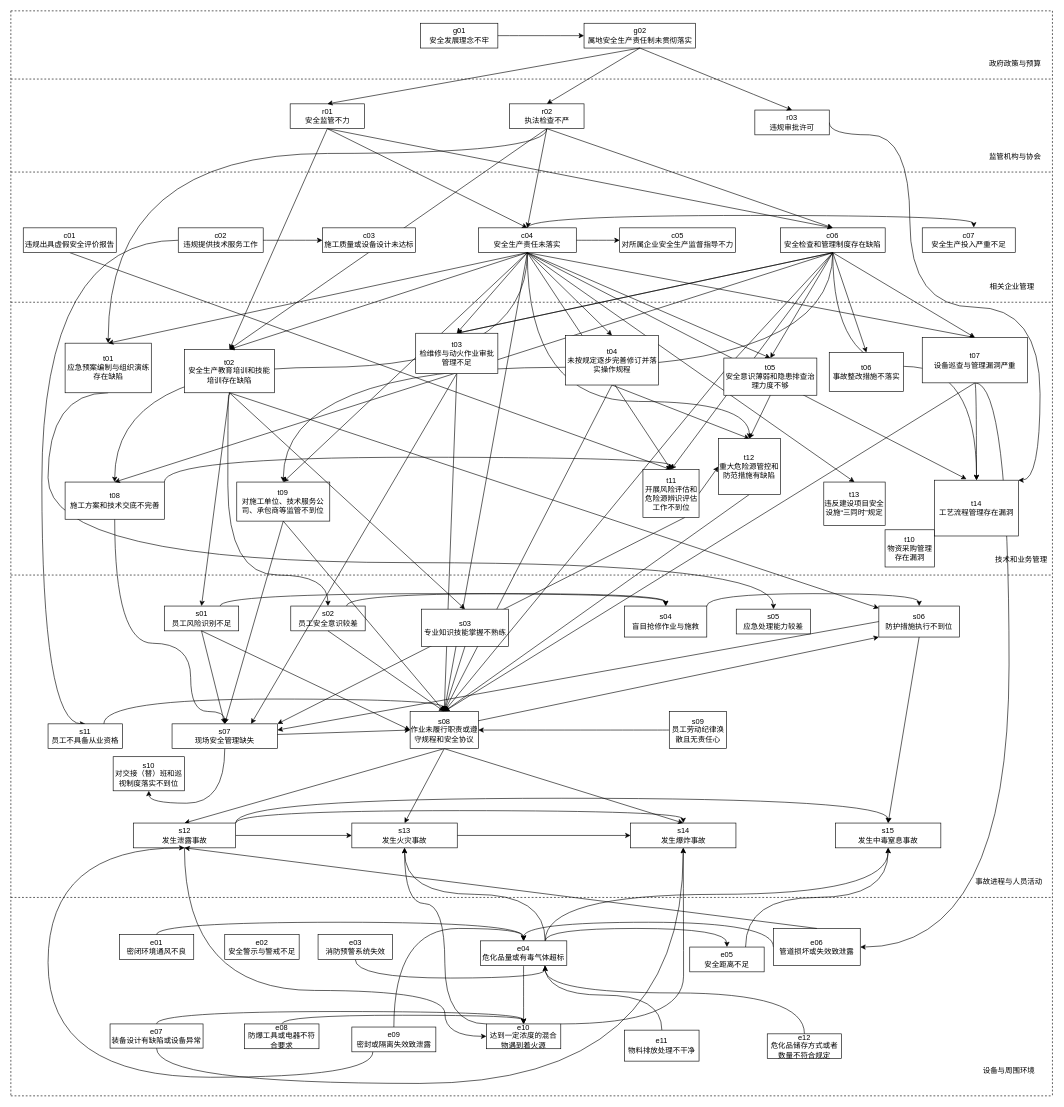
Above: 剔除次数少于5.drawio in fangjiarong/docs (draw.io), before the change. Source tidied: cells renumbered, new cells numbered last; positions are measured from the earlier drawing's top-left corner, leaving out a move shared by most shapes. Both pictures are drawn from the tidied source at 62%, with x=0, y=0 at pixel (11, 11).
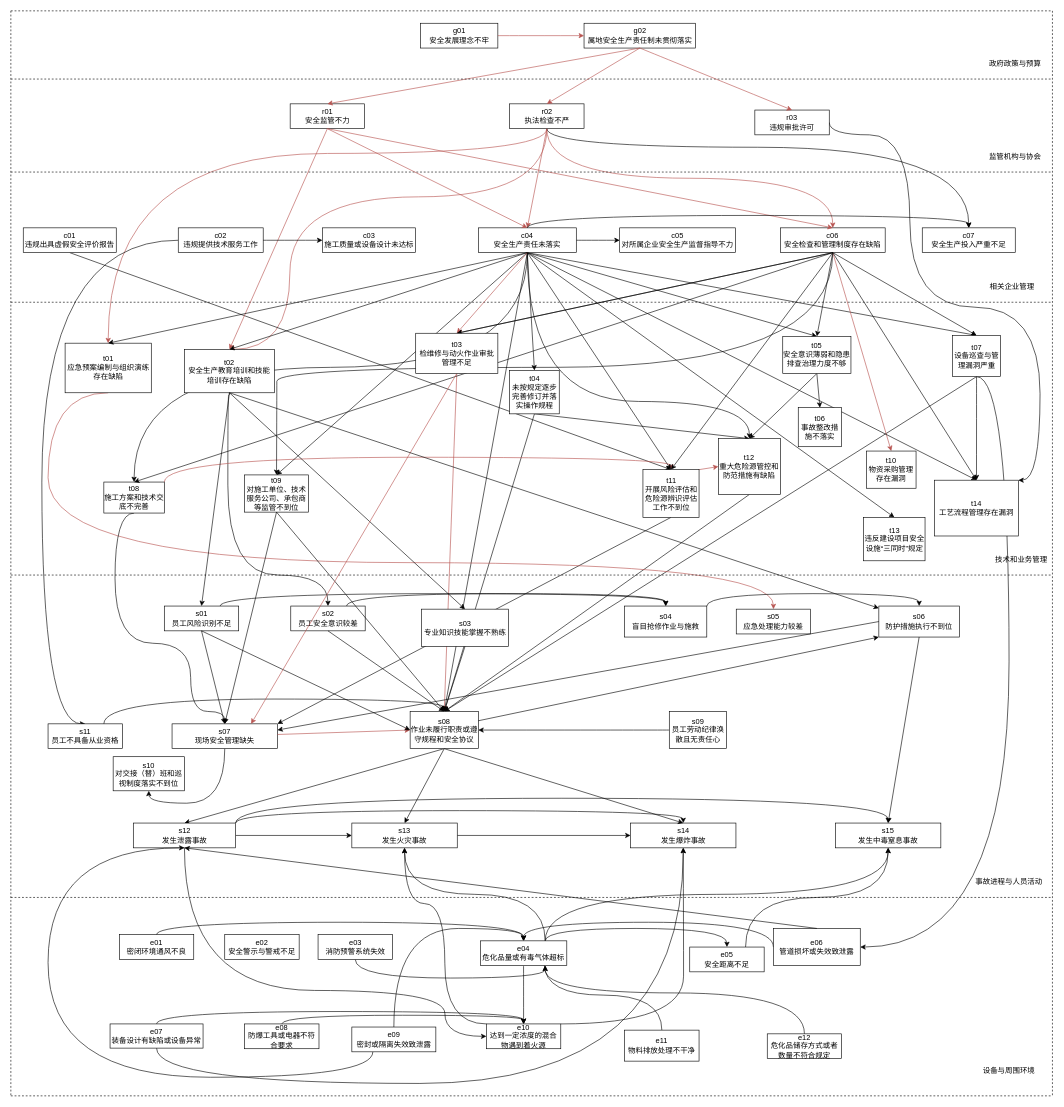
The same diagram, later.

Commit message (it also covers changes not shown here):
更新剔除次数少于5.drawio

The change refers to these unchanged cells:
```xml
<mxCell id="14" value="g01&lt;br&gt;安全发展理念不牢" style="rounded=0;whiteSpace=wrap;html=1;" parent="1" vertex="1">
  <mxGeometry x="660.5" y="20" width="125" height="40" as="geometry" />
</mxCell>
<mxCell id="15" value="r01&lt;br&gt;安全监管不力" style="rounded=0;whiteSpace=wrap;html=1;" parent="1" vertex="1">
  <mxGeometry x="450.5" y="150" width="120" height="40" as="geometry" />
</mxCell>
<mxCell id="17" value="r02&lt;br&gt;执法检查不严" style="rounded=0;whiteSpace=wrap;html=1;" parent="1" vertex="1">
  <mxGeometry x="804.5" y="150" width="120" height="40" as="geometry" />
</mxCell>
<mxCell id="27" value="c04&lt;br&gt;安全生产责任未落实" style="rounded=0;whiteSpace=wrap;html=1;" parent="1" vertex="1">
  <mxGeometry x="754" y="350" width="158" height="40" as="geometry" />
</mxCell>
<mxCell id="29" value="t01&lt;br&gt;应急预案编制与组织演练存在缺陷" style="rounded=0;whiteSpace=wrap;html=1;" parent="1" vertex="1">
  <mxGeometry x="87.5" y="536" width="139" height="80" as="geometry" />
</mxCell>
<mxCell id="31" value="t02&lt;br&gt;安全生产教育培训和技能培训存在缺陷" style="rounded=0;whiteSpace=wrap;html=1;" parent="1" vertex="1">
  <mxGeometry x="280" y="546" width="145.2" height="70" as="geometry" />
</mxCell>
<mxCell id="40" value="s08&lt;br&gt;作业未履行职责或遵守规程和安全协议" style="rounded=0;whiteSpace=wrap;html=1;" parent="1" vertex="1">
  <mxGeometry x="644" y="1130" width="110" height="60" as="geometry" />
</mxCell>
<mxCell id="41" value="s05&lt;br&gt;应急处理能力较差" style="rounded=0;whiteSpace=wrap;html=1;" parent="1" vertex="1">
  <mxGeometry x="1170" y="965" width="120" height="40" as="geometry" />
</mxCell>
<mxCell id="51" value="s07&lt;br&gt;现场安全管理缺失" style="rounded=0;whiteSpace=wrap;html=1;" parent="1" vertex="1">
  <mxGeometry x="260" y="1150" width="170" height="40" as="geometry" />
</mxCell>
<mxCell id="57" value="c06&lt;br&gt;安全检查和管理制度存在缺陷" style="rounded=0;whiteSpace=wrap;html=1;" parent="1" vertex="1">
  <mxGeometry x="1241.2" y="350" width="169" height="40" as="geometry" />
</mxCell>
<mxCell id="63" value="g02&lt;br&gt;属地安全生产责任制未贯彻落实" style="rounded=0;whiteSpace=wrap;html=1;" parent="1" vertex="1">
  <mxGeometry x="924.5" y="20" width="180" height="40" as="geometry" />
</mxCell>
<mxCell id="65" value="r03&lt;br&gt;违规审批许可" style="rounded=0;whiteSpace=wrap;html=1;" parent="1" vertex="1">
  <mxGeometry x="1200" y="160" width="120" height="40" as="geometry" />
</mxCell>
<mxCell id="66" value="c07&lt;br&gt;安全生产投入严重不足" style="rounded=0;whiteSpace=wrap;html=1;" parent="1" vertex="1">
  <mxGeometry x="1470" y="350" width="150" height="40" as="geometry" />
</mxCell>
<mxCell id="99" value="e06&lt;br&gt;管道损坏或失效致泄露" style="rounded=0;whiteSpace=wrap;html=1;" parent="1" vertex="1">
  <mxGeometry x="1230" y="1480" width="140" height="60" as="geometry" />
</mxCell>
<mxCell id="153" value="t03&lt;br&gt;检维修与动火作业审批管理不足" style="rounded=0;whiteSpace=wrap;html=1;" parent="1" vertex="1">
  <mxGeometry x="653" y="520" width="132.5" height="65" as="geometry" />
</mxCell>
<mxCell id="155" value="t12&lt;br&gt;重大危险源管控和防范措施有缺陷" style="rounded=0;whiteSpace=wrap;html=1;" parent="1" vertex="1">
  <mxGeometry x="1141.2" y="690" width="100" height="90" as="geometry" />
</mxCell>
<mxCell id="161" value="t14&lt;br&gt;工艺流程管理存在漏洞" style="rounded=0;whiteSpace=wrap;html=1;" parent="1" vertex="1">
  <mxGeometry x="1490" y="757" width="135" height="90" as="geometry" />
</mxCell>
<mxCell id="162" value="t11&lt;br&gt;开展风险评估和危险源辨识评估工作不到位" style="rounded=0;whiteSpace=wrap;html=1;" parent="1" vertex="1">
  <mxGeometry x="1019.5" y="740" width="90.5" height="77" as="geometry" />
</mxCell>
```

What changed in the source:
```diff
@@
-    <mxCell id="2" style="endArrow=classic;html=1;rounded=0;entryX=0.5;entryY=0;entryDx=0;entryDy=0;exitX=0.5;exitY=1;exitDx=0;exitDy=0;" parent="1" edge="1" source="17" target="31">
-      <mxGeometry relative="1" as="geometry" />
-    </mxCell>
@@
-    <mxCell id="7" style="endArrow=classic;html=1;rounded=0;exitX=0.75;exitY=1;exitDx=0;exitDy=0;entryX=1;entryY=0;entryDx=0;entryDy=0;" parent="1" edge="1" source="162" target="51">
+    <mxCell id="7" style="endArrow=classic;html=1;rounded=0;exitX=0.5;exitY=1;exitDx=0;exitDy=0;entryX=1;entryY=0;entryDx=0;entryDy=0;" parent="1" edge="1" source="162" target="51">
       <mxGeometry relative="1" as="geometry" />
     </mxCell>
-    <mxCell id="8" style="endArrow=classic;html=1;rounded=0;exitX=0.5;exitY=1;exitDx=0;exitDy=0;entryX=0.5;entryY=0;entryDx=0;entryDy=0;" parent="1" edge="1" source="153" target="40">
+    <mxCell id="8" style="endArrow=classic;html=1;rounded=0;exitX=0.5;exitY=1;exitDx=0;exitDy=0;entryX=0.5;entryY=0;entryDx=0;entryDy=0;fillColor=#f8cecc;strokeColor=#b85450;" parent="1" edge="1" source="153" target="40">
       <mxGeometry relative="1" as="geometry" />
     </mxCell>
@@
-    <mxCell id="16" style="edgeStyle=orthogonalEdgeStyle;curved=1;rounded=0;jettySize=auto;html=1;exitX=0.5;exitY=1;exitDx=0;exitDy=0;entryX=0.5;entryY=0;entryDx=0;entryDy=0;" parent="1" edge="1" source="17" target="29">
+    <mxCell id="16" style="edgeStyle=orthogonalEdgeStyle;curved=1;rounded=0;jettySize=auto;html=1;exitX=0.5;exitY=1;exitDx=0;exitDy=0;entryX=0.5;entryY=0;entryDx=0;entryDy=0;fillColor=#f8cecc;strokeColor=#b85450;" parent="1" edge="1" source="17" target="29">
       <mxGeometry relative="1" as="geometry">
         <Array as="points">
           <mxPoint x="865" y="230" />
           <mxPoint x="157" y="230" />
         </Array>
       </mxGeometry>
     </mxCell>
+    <mxCell id="2" style="edgeStyle=orthogonalEdgeStyle;curved=1;rounded=0;jettySize=auto;html=1;exitX=0.5;exitY=1;exitDx=0;exitDy=0;entryX=0.5;entryY=0;entryDx=0;entryDy=0;fillColor=#f8cecc;strokeColor=#b85450;" parent="1" edge="1" source="17" target="31">
+      <mxGeometry relative="1" as="geometry">
+        <Array as="points">
+          <mxPoint x="865" y="300" />
+          <mxPoint x="450" y="300" />
+          <mxPoint x="450" y="546" />
+        </Array>
+      </mxGeometry>
+    </mxCell>
+    <mxCell id="171" style="edgeStyle=orthogonalEdgeStyle;curved=1;rounded=0;jettySize=auto;html=1;exitX=0.5;exitY=1;exitDx=0;exitDy=0;entryX=0.5;entryY=0;entryDx=0;entryDy=0;" parent="1" edge="1" source="17" target="66">
+      <mxGeometry relative="1" as="geometry">
+        <Array as="points">
+          <mxPoint x="865" y="220" />
+          <mxPoint x="1545" y="220" />
+        </Array>
+      </mxGeometry>
+    </mxCell>
+    <mxCell id="115" style="edgeStyle=orthogonalEdgeStyle;curved=1;rounded=0;jettySize=auto;html=1;exitX=0.5;exitY=1;exitDx=0;exitDy=0;entryX=0.5;entryY=0;entryDx=0;entryDy=0;fillColor=#f8cecc;strokeColor=#b85450;" parent="1" edge="1" source="17" target="57">
+      <mxGeometry relative="1" as="geometry" />
+    </mxCell>
@@
-    <mxCell id="28" style="edgeStyle=orthogonalEdgeStyle;curved=1;rounded=0;jettySize=auto;html=1;exitX=0.5;exitY=1;exitDx=0;exitDy=0;entryX=0.5;entryY=0;entryDx=0;entryDy=0;" parent="1" edge="1" source="29" target="41">
+    <mxCell id="28" style="edgeStyle=orthogonalEdgeStyle;curved=1;rounded=0;jettySize=auto;html=1;exitX=0.5;exitY=1;exitDx=0;exitDy=0;entryX=0.5;entryY=0;entryDx=0;entryDy=0;fillColor=#f8cecc;strokeColor=#b85450;" parent="1" edge="1" source="29" target="41">
       <mxGeometry relative="1" as="geometry">
         <Array as="points">
           <mxPoint x="60" y="616" />
           <mxPoint x="60" y="890" />
           <mxPoint x="1230" y="890" />
         </Array>
       </mxGeometry>
     </mxCell>
@@
-    <mxCell id="33" style="edgeStyle=orthogonalEdgeStyle;curved=1;rounded=0;jettySize=auto;html=1;exitX=1;exitY=0;exitDx=0;exitDy=0;entryX=0.5;entryY=0;entryDx=0;entryDy=0;" parent="1" edge="1" source="34" target="162">
+    <mxCell id="33" style="edgeStyle=orthogonalEdgeStyle;curved=1;rounded=0;jettySize=auto;html=1;exitX=1;exitY=0;exitDx=0;exitDy=0;entryX=0.5;entryY=0;entryDx=0;entryDy=0;fillColor=#f8cecc;strokeColor=#b85450;" parent="1" edge="1" source="34" target="162">
       <mxGeometry relative="1" as="geometry" />
     </mxCell>
     <mxCell id="34" value="t08&lt;br&gt;施工方案和技术交底不完善" style="rounded=0;whiteSpace=wrap;html=1;" parent="1" vertex="1">
-      <mxGeometry x="87.5" y="760" width="160" height="60" as="geometry" />
+      <mxGeometry x="150" y="760" width="97.5" height="50" as="geometry" />
     </mxCell>
     <mxCell id="35" value="t09&lt;br&gt;对施工单位、技术服务公司、承包商等监管不到位" style="rounded=0;whiteSpace=wrap;html=1;" parent="1" vertex="1">
-      <mxGeometry x="364.4" y="760" width="150" height="63" as="geometry" />
+      <mxGeometry x="377" y="748.5" width="103" height="60" as="geometry" />
     </mxCell>
@@
     <mxCell id="55" style="edgeStyle=orthogonalEdgeStyle;curved=1;rounded=0;jettySize=auto;html=1;exitX=0.5;exitY=1;exitDx=0;exitDy=0;entryX=0.5;entryY=0;entryDx=0;entryDy=0;" parent="1" edge="1" source="57" target="35">
       <mxGeometry relative="1" as="geometry">
         <Array as="points">
           <mxPoint x="1326" y="575" />
-          <mxPoint x="439" y="575" />
+          <mxPoint x="429" y="575" />
+          <mxPoint x="429" y="620" />
         </Array>
       </mxGeometry>
     </mxCell>
+    <mxCell id="172" style="edgeStyle=none;rounded=0;jettySize=auto;html=1;exitX=0.5;exitY=1;exitDx=0;exitDy=0;entryX=0.5;entryY=0;entryDx=0;entryDy=0;fillColor=#f8cecc;strokeColor=#b85450;" parent="1" edge="1" source="57" target="67">
+      <mxGeometry relative="1" as="geometry" />
+    </mxCell>
-    <mxCell id="56" style="edgeStyle=orthogonalEdgeStyle;curved=1;rounded=0;jettySize=auto;html=1;exitX=0.5;exitY=1;exitDx=0;exitDy=0;entryX=0.5;entryY=0;entryDx=0;entryDy=0;" parent="1" edge="1" source="57" target="161">
+    <mxCell id="56" style="edgeStyle=none;rounded=0;jettySize=auto;html=1;exitX=0.5;exitY=1;exitDx=0;exitDy=0;entryX=0.5;entryY=0;entryDx=0;entryDy=0;" parent="1" edge="1" source="57" target="161">
       <mxGeometry relative="1" as="geometry" />
     </mxCell>
@@
     <mxCell id="58" value="t13&lt;br&gt;违反建设项目安全设施“三同时”规定" style="rounded=0;whiteSpace=wrap;html=1;" parent="1" vertex="1">
-      <mxGeometry x="1311.2" y="760" width="99" height="70" as="geometry" />
+      <mxGeometry x="1375.5" y="817" width="99" height="70" as="geometry" />
     </mxCell>
@@
     <mxCell id="67" value="t10&lt;br&gt;物资采购管理存在漏洞" style="rounded=0;whiteSpace=wrap;html=1;" parent="1" vertex="1">
-      <mxGeometry x="1410" y="837" width="80" height="60" as="geometry" />
+      <mxGeometry x="1380" y="710" width="80" height="60" as="geometry" />
     </mxCell>
@@
-    <mxCell id="102" style="endArrow=classic;html=1;rounded=0;entryX=0.5;entryY=0;entryDx=0;entryDy=0;exitX=0.5;exitY=1;exitDx=0;exitDy=0;" parent="1" edge="1" source="63" target="15">
+    <mxCell id="102" style="endArrow=classic;html=1;rounded=0;entryX=0.5;entryY=0;entryDx=0;entryDy=0;exitX=0.5;exitY=1;exitDx=0;exitDy=0;fillColor=#f8cecc;strokeColor=#b85450;" parent="1" edge="1" source="63" target="15">
       <mxGeometry relative="1" as="geometry" />
     </mxCell>
     <mxCell id="103" style="edgeStyle=orthogonalEdgeStyle;curved=1;rounded=0;jettySize=auto;html=1;exitX=0.5;exitY=1;exitDx=0;exitDy=0;entryX=1;entryY=0.5;entryDx=0;entryDy=0;" parent="1" edge="1" source="104" target="99">
       <mxGeometry relative="1" as="geometry">
         <Array as="points">
-          <mxPoint x="1610" y="600" />
+          <mxPoint x="1610" y="590" />
           <mxPoint x="1610" y="1510" />
         </Array>
       </mxGeometry>
     </mxCell>
     <mxCell id="104" value="t07&lt;br&gt;设备巡查与管理漏洞严重" style="rounded=0;whiteSpace=wrap;html=1;" parent="1" vertex="1">
-      <mxGeometry x="1470" y="527" width="170" height="73" as="geometry" />
+      <mxGeometry x="1518.8" y="523.5" width="77.5" height="66.5" as="geometry" />
     </mxCell>
@@
-    <mxCell id="111" style="endArrow=classic;html=1;rounded=0;exitX=0.5;exitY=1;exitDx=0;exitDy=0;entryX=0.5;entryY=0;entryDx=0;entryDy=0;" parent="1" edge="1" source="15" target="27">
+    <mxCell id="111" style="endArrow=classic;html=1;rounded=0;exitX=0.5;exitY=1;exitDx=0;exitDy=0;entryX=0.5;entryY=0;entryDx=0;entryDy=0;fillColor=#f8cecc;strokeColor=#b85450;" parent="1" edge="1" source="15" target="27">
       <mxGeometry relative="1" as="geometry" />
     </mxCell>
-    <mxCell id="112" style="endArrow=classic;html=1;rounded=0;exitX=0.5;exitY=1;exitDx=0;exitDy=0;entryX=0.5;entryY=0;entryDx=0;entryDy=0;" parent="1" edge="1" source="17" target="27">
+    <mxCell id="112" style="endArrow=classic;html=1;rounded=0;exitX=0.5;exitY=1;exitDx=0;exitDy=0;entryX=0.5;entryY=0;entryDx=0;entryDy=0;fillColor=#f8cecc;strokeColor=#b85450;" parent="1" edge="1" source="17" target="27">
       <mxGeometry relative="1" as="geometry" />
     </mxCell>
@@
-    <mxCell id="115" style="endArrow=classic;html=1;rounded=0;exitX=0.5;exitY=1;exitDx=0;exitDy=0;entryX=0.5;entryY=0;entryDx=0;entryDy=0;" parent="1" edge="1" source="17" target="57">
-      <mxGeometry relative="1" as="geometry" />
-    </mxCell>
@@
-    <mxCell id="117" style="endArrow=classic;html=1;rounded=0;entryX=0.5;entryY=0;entryDx=0;entryDy=0;exitX=0.5;exitY=1;exitDx=0;exitDy=0;" parent="1" edge="1" source="15" target="31">
+    <mxCell id="117" style="endArrow=classic;html=1;rounded=0;entryX=0.5;entryY=0;entryDx=0;entryDy=0;exitX=0.5;exitY=1;exitDx=0;exitDy=0;fillColor=#f8cecc;strokeColor=#b85450;" parent="1" edge="1" source="15" target="31">
       <mxGeometry relative="1" as="geometry" />
     </mxCell>
-    <mxCell id="118" style="endArrow=classic;html=1;rounded=0;entryX=0.5;entryY=0;entryDx=0;entryDy=0;exitX=0.5;exitY=1;exitDx=0;exitDy=0;" parent="1" edge="1" source="15" target="57">
+    <mxCell id="118" style="endArrow=classic;html=1;rounded=0;entryX=0.5;entryY=0;entryDx=0;entryDy=0;exitX=0.5;exitY=1;exitDx=0;exitDy=0;fillColor=#f8cecc;strokeColor=#b85450;" parent="1" edge="1" source="15" target="57">
       <mxGeometry relative="1" as="geometry" />
     </mxCell>
-    <mxCell id="119" style="endArrow=classic;html=1;rounded=0;entryX=0;entryY=0.5;entryDx=0;entryDy=0;" parent="1" edge="1" source="51" target="40">
+    <mxCell id="119" style="endArrow=classic;html=1;rounded=0;entryX=0;entryY=0.5;entryDx=0;entryDy=0;fillColor=#f8cecc;strokeColor=#b85450;" parent="1" edge="1" source="51" target="40">
       <mxGeometry relative="1" as="geometry" />
     </mxCell>
@@
-    <mxCell id="125" style="endArrow=classic;html=1;rounded=0;exitX=0.5;exitY=1;exitDx=0;exitDy=0;entryX=0.75;entryY=0;entryDx=0;entryDy=0;" parent="1" edge="1" source="153" target="51">
+    <mxCell id="125" style="endArrow=classic;html=1;rounded=0;exitX=0.5;exitY=1;exitDx=0;exitDy=0;entryX=0.75;entryY=0;entryDx=0;entryDy=0;fillColor=#f8cecc;strokeColor=#b85450;" parent="1" edge="1" source="153" target="51">
       <mxGeometry relative="1" as="geometry" />
     </mxCell>
@@
-    <mxCell id="134" style="endArrow=classic;html=1;rounded=0;exitX=0.5;exitY=1;exitDx=0;exitDy=0;entryX=0.5;entryY=0;entryDx=0;entryDy=0;" parent="1" edge="1" source="57" target="40">
-      <mxGeometry relative="1" as="geometry">
-        <Array as="points">
-          <mxPoint x="1160" y="570" />
-        </Array>
-      </mxGeometry>
-    </mxCell>
@@
-    <mxCell id="136" style="endArrow=classic;html=1;rounded=0;exitX=0.5;exitY=1;exitDx=0;exitDy=0;entryX=0.5;entryY=0;entryDx=0;entryDy=0;" parent="1" edge="1" source="63" target="17">
+    <mxCell id="136" style="endArrow=classic;html=1;rounded=0;exitX=0.5;exitY=1;exitDx=0;exitDy=0;entryX=0.5;entryY=0;entryDx=0;entryDy=0;fillColor=#f8cecc;strokeColor=#b85450;" parent="1" edge="1" source="63" target="17">
       <mxGeometry relative="1" as="geometry" />
     </mxCell>
-    <mxCell id="137" style="endArrow=classic;html=1;rounded=0;exitX=0.5;exitY=1;exitDx=0;exitDy=0;entryX=0.38;entryY=-0.019;entryDx=0;entryDy=0;entryPerimeter=0;" parent="1" edge="1" source="27" target="161">
+    <mxCell id="137" style="endArrow=classic;html=1;rounded=0;exitX=0.5;exitY=1;exitDx=0;exitDy=0;entryX=0.5;entryY=0;entryDx=0;entryDy=0;" parent="1" edge="1" source="27" target="161">
       <mxGeometry relative="1" as="geometry" />
     </mxCell>
@@
-    <mxCell id="143" style="endArrow=classic;html=1;rounded=0;exitX=0.5;exitY=1;exitDx=0;exitDy=0;entryX=0.5;entryY=0;entryDx=0;entryDy=0;" parent="1" edge="1" source="27" target="153">
+    <mxCell id="143" style="endArrow=classic;html=1;rounded=0;exitX=0.5;exitY=1;exitDx=0;exitDy=0;entryX=0.5;entryY=0;entryDx=0;entryDy=0;fillColor=#f8cecc;strokeColor=#b85450;" parent="1" edge="1" source="27" target="153">
       <mxGeometry relative="1" as="geometry" />
     </mxCell>
@@
-    <mxCell id="146" style="endArrow=classic;html=1;rounded=0;curved=1;exitX=1;exitY=0.5;exitDx=0;exitDy=0;entryX=0;entryY=0.5;entryDx=0;entryDy=0;" parent="1" edge="1" source="14" target="63">
+    <mxCell id="146" style="endArrow=classic;html=1;rounded=0;curved=1;exitX=1;exitY=0.5;exitDx=0;exitDy=0;entryX=0;entryY=0.5;entryDx=0;entryDy=0;fillColor=#f8cecc;strokeColor=#b85450;" parent="1" edge="1" source="14" target="63">
       <mxGeometry relative="1" as="geometry" />
     </mxCell>
-    <mxCell id="147" style="endArrow=classic;html=1;rounded=0;curved=1;entryX=0.5;entryY=0;entryDx=0;entryDy=0;exitX=0.5;exitY=1;exitDx=0;exitDy=0;" parent="1" edge="1" source="63" target="65">
+    <mxCell id="147" style="endArrow=classic;html=1;rounded=0;curved=1;entryX=0.5;entryY=0;entryDx=0;entryDy=0;exitX=0.5;exitY=1;exitDx=0;exitDy=0;fillColor=#f8cecc;strokeColor=#b85450;" parent="1" edge="1" source="63" target="65">
       <mxGeometry relative="1" as="geometry" />
     </mxCell>
@@
-    <mxCell id="154" style="endArrow=classic;html=1;rounded=0;entryX=0;entryY=0.5;entryDx=0;entryDy=0;exitX=1;exitY=0.5;exitDx=0;exitDy=0;" parent="1" edge="1" source="162" target="155">
+    <mxCell id="154" style="endArrow=classic;html=1;rounded=0;entryX=0;entryY=0.5;entryDx=0;entryDy=0;exitX=1;exitY=0;exitDx=0;exitDy=0;fillColor=#f8cecc;strokeColor=#b85450;" parent="1" edge="1" source="162" target="155">
       <mxGeometry relative="1" as="geometry" />
     </mxCell>
@@
-    <mxCell id="156" style="endArrow=classic;html=1;rounded=0;entryX=0.5;entryY=0;entryDx=0;entryDy=0;exitX=0.5;exitY=1;exitDx=0;exitDy=0;" parent="1" edge="1" source="57" target="157">
-      <mxGeometry relative="1" as="geometry" />
-    </mxCell>
     <mxCell id="157" value="t06&lt;br&gt;事故整改措施不落实" style="rounded=0;whiteSpace=wrap;html=1;" parent="1" vertex="1">
-      <mxGeometry x="1320" y="551" width="120" height="63" as="geometry" />
+      <mxGeometry x="1270" y="640" width="70" height="63" as="geometry" />
     </mxCell>
@@
+    <mxCell id="173" style="edgeStyle=none;rounded=0;jettySize=auto;html=1;exitX=0.5;exitY=1;exitDx=0;exitDy=0;entryX=0.5;entryY=0;entryDx=0;entryDy=0;" parent="1" edge="1" source="159" target="157">
+      <mxGeometry relative="1" as="geometry" />
+    </mxCell>
     <mxCell id="159" value="t05&lt;br&gt;安全意识薄弱和隐患排查治理力度不够" style="rounded=0;whiteSpace=wrap;html=1;" parent="1" vertex="1">
-      <mxGeometry x="1150" y="560" width="150" height="60" as="geometry" />
+      <mxGeometry x="1245" y="525" width="110" height="60" as="geometry" />
     </mxCell>
@@
     <mxCell id="168" value="t04&lt;br&gt;未按规定逐步完善修订并落实操作规程" style="rounded=0;whiteSpace=wrap;html=1;" parent="1" vertex="1">
-      <mxGeometry x="894.5" y="523.5" width="150" height="80" as="geometry" />
+      <mxGeometry x="804.5" y="580" width="80" height="70" as="geometry" />
     </mxCell>
-    <mxCell id="169" style="edgeStyle=orthogonalEdgeStyle;curved=1;rounded=0;jettySize=auto;html=1;exitX=0.5;exitY=0;exitDx=0;exitDy=0;entryX=0.554;entryY=-0.015;entryDx=0;entryDy=0;entryPerimeter=0;" parent="1" edge="1" source="27" target="66">
+    <mxCell id="169" style="edgeStyle=orthogonalEdgeStyle;curved=1;rounded=0;jettySize=auto;html=1;exitX=0.5;exitY=0;exitDx=0;exitDy=0;entryX=0.5;entryY=0;entryDx=0;entryDy=0;" parent="1" edge="1" source="27" target="66">
       <mxGeometry relative="1" as="geometry" />
     </mxCell>
```
